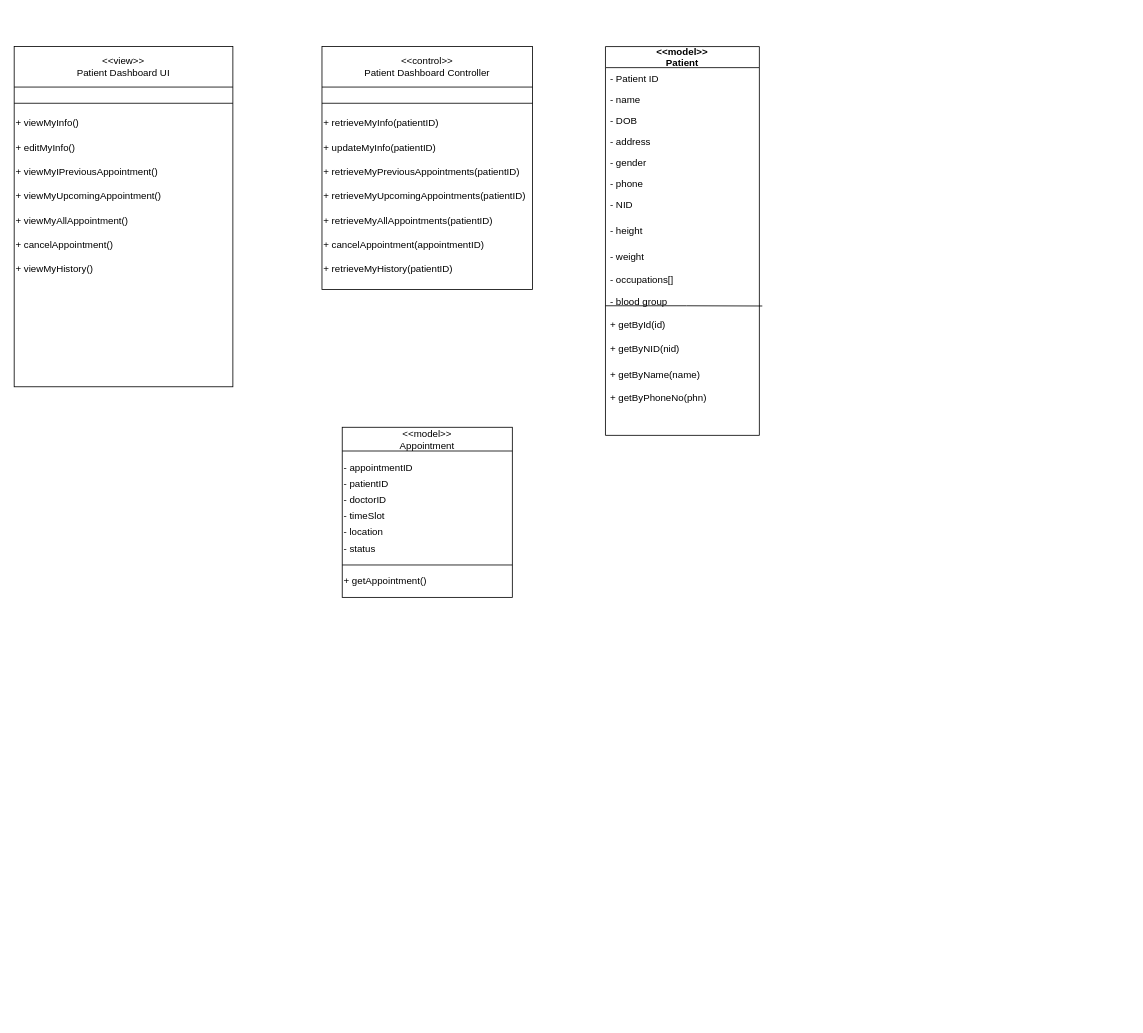
Earlier version of the draw.io diagram page "Patient Dashboard" (5 of 5) of Untitled Diagram.drawio (SaffatZabin-17/CSE-326-Information-System-Design-Sessional-). Source tidied: cells renumbered, new cells numbered last; positions are measured from the earlier drawing's top-left corner, leaving out a move shared by most shapes. Both pictures are drawn from the tidied source at 81%, with x=0, y=0 at pixel (14, 46).
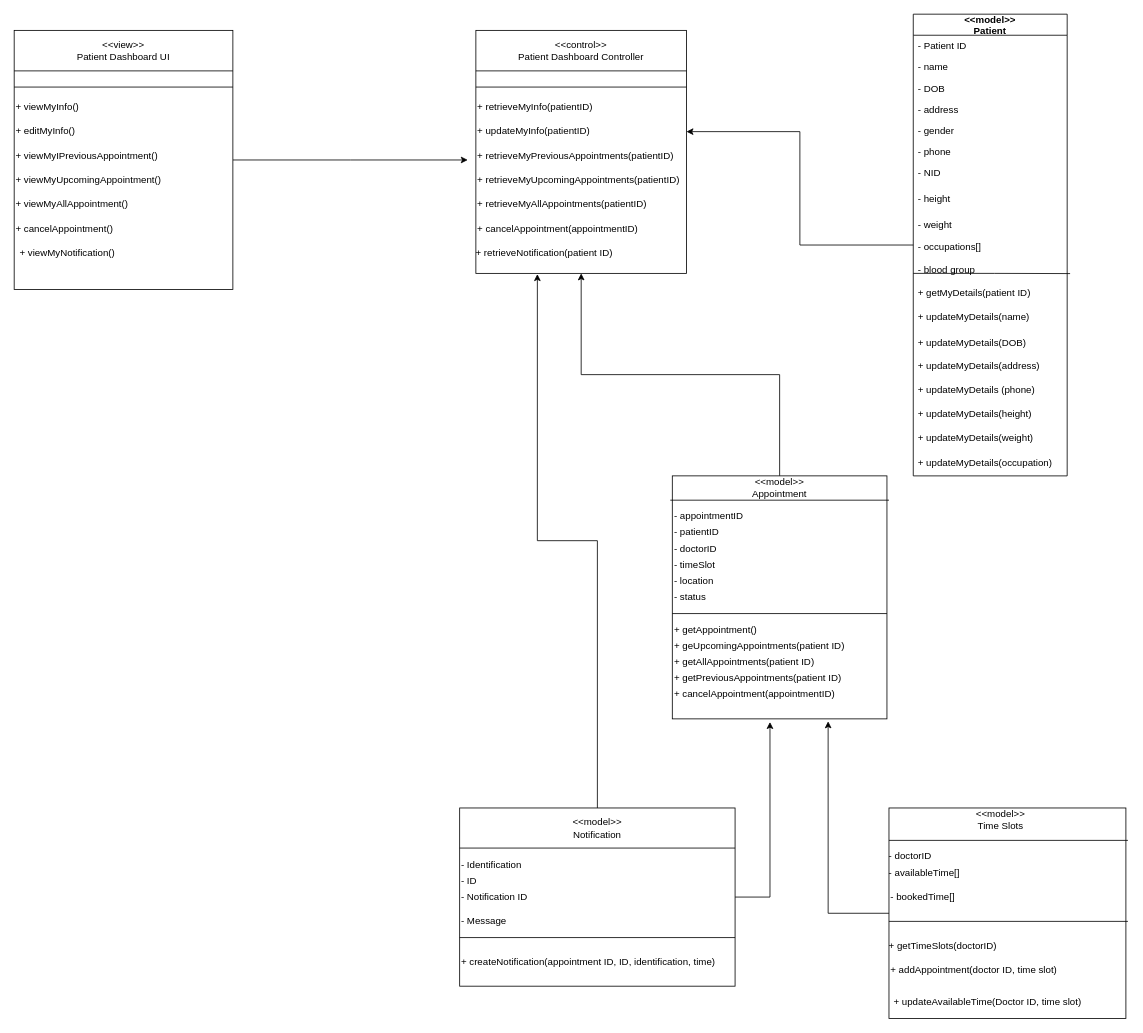
The same diagram, later.

Change to the diagram source:
```diff
@@
+    <mxCell id="50" style="edgeStyle=orthogonalEdgeStyle;rounded=0;jettySize=auto;html=1;entryX=1;entryY=0.5;entryDx=0;entryDy=0;" parent="1" edge="1" source="2" target="32">
+      <mxGeometry relative="1" as="geometry" />
+    </mxCell>
     <mxCell id="2" value="&lt;&lt;model&gt;&gt;&#10;Patient" style="swimlane;fontStyle=1;align=center;verticalAlign=middle;horizontal=1;startSize=26;rounded=0;shadow=0;strokeWidth=1;" parent="1" vertex="1">
-      <mxGeometry x="730" width="190" height="480" as="geometry" />
+      <mxGeometry x="1110" y="-40" width="190" height="570" as="geometry" />
     </mxCell>
@@
-    <mxCell id="13" value="+ getById(id)" style="text;align=left;verticalAlign=top;spacingLeft=4;spacingRight=4;overflow=hidden;rounded=0;shadow=0;html=0;" parent="2" vertex="1">
+    <mxCell id="13" value="+ getMyDetails(patient ID)" style="text;align=left;verticalAlign=top;spacingLeft=4;spacingRight=4;overflow=hidden;rounded=0;shadow=0;html=0;" parent="2" vertex="1">
       <mxGeometry y="330" width="190" height="30" as="geometry" />
     </mxCell>
-    <mxCell id="14" value="+ getByNID(nid)" style="text;align=left;verticalAlign=top;spacingLeft=4;spacingRight=4;overflow=hidden;rounded=0;shadow=0;html=0;" parent="2" vertex="1">
+    <mxCell id="14" value="+ updateMyDetails(name)" style="text;align=left;verticalAlign=top;spacingLeft=4;spacingRight=4;overflow=hidden;rounded=0;shadow=0;html=0;" parent="2" vertex="1">
       <mxGeometry y="360" width="190" height="32" as="geometry" />
     </mxCell>
-    <mxCell id="15" value="+ getByName(name)" style="text;align=left;verticalAlign=top;spacingLeft=4;spacingRight=4;overflow=hidden;rounded=0;shadow=0;html=0;" parent="2" vertex="1">
+    <mxCell id="15" value="+ updateMyDetails(DOB)" style="text;align=left;verticalAlign=top;spacingLeft=4;spacingRight=4;overflow=hidden;rounded=0;shadow=0;html=0;" parent="2" vertex="1">
       <mxGeometry y="392" width="190" height="28" as="geometry" />
     </mxCell>
-    <mxCell id="16" value="+ getByPhoneNo(phn)" style="text;align=left;verticalAlign=top;spacingLeft=4;spacingRight=4;overflow=hidden;rounded=0;shadow=0;html=0;" parent="2" vertex="1">
+    <mxCell id="16" value="+ updateMyDetails(address)" style="text;align=left;verticalAlign=top;spacingLeft=4;spacingRight=4;overflow=hidden;rounded=0;shadow=0;html=0;" parent="2" vertex="1">
       <mxGeometry y="420" width="190" height="30" as="geometry" />
     </mxCell>
+    <mxCell id="51" value="+ updateMyDetails (phone)" style="text;align=left;verticalAlign=top;spacingLeft=4;spacingRight=4;overflow=hidden;rounded=0;shadow=0;html=0;" parent="2" vertex="1">
+      <mxGeometry y="450" width="190" height="30" as="geometry" />
+    </mxCell>
+    <mxCell id="52" value="+ updateMyDetails(height)" style="text;align=left;verticalAlign=top;spacingLeft=4;spacingRight=4;overflow=hidden;rounded=0;shadow=0;html=0;" parent="2" vertex="1">
+      <mxGeometry y="480" width="190" height="30" as="geometry" />
+    </mxCell>
+    <mxCell id="53" value="+ updateMyDetails(weight)" style="text;align=left;verticalAlign=top;spacingLeft=4;spacingRight=4;overflow=hidden;rounded=0;shadow=0;html=0;" parent="2" vertex="1">
+      <mxGeometry y="510" width="190" height="30" as="geometry" />
+    </mxCell>
+    <mxCell id="54" value="+ updateMyDetails(occupation)" style="text;align=left;verticalAlign=top;spacingLeft=4;spacingRight=4;overflow=hidden;rounded=0;shadow=0;html=0;" parent="2" vertex="1">
+      <mxGeometry y="540" width="190" height="30" as="geometry" />
+    </mxCell>
+    <mxCell id="55" style="edgeStyle=orthogonalEdgeStyle;rounded=0;jettySize=auto;html=1;" parent="1" edge="1" source="17">
+      <mxGeometry relative="1" as="geometry">
+        <mxPoint x="560" y="140" as="targetPoint" />
+      </mxGeometry>
+    </mxCell>
     <mxCell id="17" style="rounded=0;whiteSpace=wrap;html=1;" parent="1" vertex="1">
-      <mxGeometry width="270" height="420" as="geometry" />
+      <mxGeometry y="-20" width="270" height="320" as="geometry" />
     </mxCell>
     <mxCell id="18" style="endArrow=none;html=1;rounded=0;" parent="1" edge="1">
       <mxGeometry relative="1" as="geometry">
-        <mxPoint y="50" as="sourcePoint" />
-        <mxPoint x="270" y="50" as="targetPoint" />
+        <mxPoint y="30" as="sourcePoint" />
+        <mxPoint x="270" y="30" as="targetPoint" />
       </mxGeometry>
     </mxCell>
     <mxCell id="19" value="&amp;lt;&amp;lt;view&amp;gt;&amp;gt;&lt;br&gt;Patient Dashboard UI" style="text;html=1;strokeColor=none;fillColor=none;align=center;verticalAlign=middle;whiteSpace=wrap;rounded=0;" parent="1" vertex="1">
-      <mxGeometry y="10" width="270" height="30" as="geometry" />
+      <mxGeometry y="-10" width="270" height="30" as="geometry" />
     </mxCell>
     <mxCell id="20" style="endArrow=none;html=1;rounded=0;" parent="1" edge="1">
       <mxGeometry relative="1" as="geometry">
-        <mxPoint y="70" as="sourcePoint" />
-        <mxPoint x="270" y="70" as="targetPoint" />
+        <mxPoint y="50" as="sourcePoint" />
+        <mxPoint x="270" y="50" as="targetPoint" />
       </mxGeometry>
     </mxCell>
     <mxCell id="21" value="+ viewMyInfo()" style="text;html=1;strokeColor=none;fillColor=none;align=left;verticalAlign=middle;whiteSpace=wrap;rounded=0;" parent="1" vertex="1">
-      <mxGeometry y="80" width="270" height="30" as="geometry" />
+      <mxGeometry y="60" width="270" height="30" as="geometry" />
     </mxCell>
     <mxCell id="22" value="+ editMyInfo()" style="text;html=1;strokeColor=none;fillColor=none;align=left;verticalAlign=middle;whiteSpace=wrap;rounded=0;" parent="1" vertex="1">
-      <mxGeometry y="110" width="270" height="30" as="geometry" />
+      <mxGeometry y="90" width="270" height="30" as="geometry" />
     </mxCell>
     <mxCell id="23" value="+ viewMyIPreviousAppointment()" style="text;html=1;strokeColor=none;fillColor=none;align=left;verticalAlign=middle;whiteSpace=wrap;rounded=0;" parent="1" vertex="1">
-      <mxGeometry y="140" width="270" height="30" as="geometry" />
+      <mxGeometry y="120" width="270" height="30" as="geometry" />
     </mxCell>
     <mxCell id="24" value="+ viewMyUpcomingAppointment()" style="text;html=1;strokeColor=none;fillColor=none;align=left;verticalAlign=middle;whiteSpace=wrap;rounded=0;" parent="1" vertex="1">
-      <mxGeometry y="170" width="270" height="30" as="geometry" />
+      <mxGeometry y="150" width="270" height="30" as="geometry" />
     </mxCell>
     <mxCell id="25" value="+ viewMyAllAppointment()" style="text;html=1;strokeColor=none;fillColor=none;align=left;verticalAlign=middle;whiteSpace=wrap;rounded=0;" parent="1" vertex="1">
-      <mxGeometry y="200" width="270" height="30" as="geometry" />
+      <mxGeometry y="180" width="270" height="30" as="geometry" />
     </mxCell>
-    <mxCell id="26" value="+ viewMyHistory()" style="text;html=1;strokeColor=none;fillColor=none;align=left;verticalAlign=middle;whiteSpace=wrap;rounded=0;" parent="1" vertex="1">
-      <mxGeometry y="260" width="270" height="30" as="geometry" />
-    </mxCell>
     <mxCell id="27" style="rounded=0;whiteSpace=wrap;html=1;" parent="1" vertex="1">
-      <mxGeometry x="380" width="260" height="300" as="geometry" />
+      <mxGeometry x="570" y="-20" width="260" height="300" as="geometry" />
     </mxCell>
     <mxCell id="28" style="endArrow=none;html=1;rounded=0;" parent="1" edge="1">
       <mxGeometry relative="1" as="geometry">
-        <mxPoint x="380" y="50" as="sourcePoint" />
-        <mxPoint x="640" y="50" as="targetPoint" />
+        <mxPoint x="570" y="30" as="sourcePoint" />
+        <mxPoint x="830" y="30" as="targetPoint" />
       </mxGeometry>
     </mxCell>
     <mxCell id="29" style="endArrow=none;html=1;rounded=0;" parent="1" edge="1">
       <mxGeometry relative="1" as="geometry">
-        <mxPoint x="380" y="70" as="sourcePoint" />
-        <mxPoint x="640" y="70" as="targetPoint" />
+        <mxPoint x="570" y="50" as="sourcePoint" />
+        <mxPoint x="830" y="50" as="targetPoint" />
       </mxGeometry>
     </mxCell>
     <mxCell id="30" value="&amp;lt;&amp;lt;control&amp;gt;&amp;gt;&lt;br&gt;Patient Dashboard Controller" style="text;html=1;strokeColor=none;fillColor=none;align=center;verticalAlign=middle;whiteSpace=wrap;rounded=0;" parent="1" vertex="1">
-      <mxGeometry x="380" y="10" width="260" height="30" as="geometry" />
+      <mxGeometry x="570" y="-10" width="260" height="30" as="geometry" />
     </mxCell>
     <mxCell id="31" value="+ retrieveMyInfo(patientID)" style="text;html=1;strokeColor=none;fillColor=none;align=left;verticalAlign=middle;whiteSpace=wrap;rounded=0;" parent="1" vertex="1">
-      <mxGeometry x="380" y="80" width="260" height="30" as="geometry" />
+      <mxGeometry x="570" y="60" width="260" height="30" as="geometry" />
     </mxCell>
     <mxCell id="32" value="+ updateMyInfo(patientID)" style="text;html=1;strokeColor=none;fillColor=none;align=left;verticalAlign=middle;whiteSpace=wrap;rounded=0;" parent="1" vertex="1">
-      <mxGeometry x="380" y="110" width="260" height="30" as="geometry" />
+      <mxGeometry x="570" y="90" width="260" height="30" as="geometry" />
     </mxCell>
     <mxCell id="33" value="+ cancelAppointment()" style="text;html=1;strokeColor=none;fillColor=none;align=left;verticalAlign=middle;whiteSpace=wrap;rounded=0;" parent="1" vertex="1">
-      <mxGeometry y="230" width="260" height="30" as="geometry" />
+      <mxGeometry y="210" width="260" height="30" as="geometry" />
     </mxCell>
     <mxCell id="34" value="+ retrieveMyPreviousAppointments(patientID)" style="text;html=1;strokeColor=none;fillColor=none;align=left;verticalAlign=middle;whiteSpace=wrap;rounded=0;" parent="1" vertex="1">
-      <mxGeometry x="380" y="140" width="260" height="30" as="geometry" />
+      <mxGeometry x="570" y="120" width="260" height="30" as="geometry" />
     </mxCell>
     <mxCell id="35" value="+ retrieveMyUpcomingAppointments(patientID)" style="text;html=1;strokeColor=none;fillColor=none;align=left;verticalAlign=middle;whiteSpace=wrap;rounded=0;" parent="1" vertex="1">
-      <mxGeometry x="380" y="170" width="260" height="30" as="geometry" />
+      <mxGeometry x="570" y="150" width="260" height="30" as="geometry" />
     </mxCell>
     <mxCell id="36" value="+ retrieveMyAllAppointments(patientID)" style="text;html=1;strokeColor=none;fillColor=none;align=left;verticalAlign=middle;whiteSpace=wrap;rounded=0;" parent="1" vertex="1">
-      <mxGeometry x="380" y="200" width="260" height="30" as="geometry" />
+      <mxGeometry x="570" y="180" width="260" height="30" as="geometry" />
     </mxCell>
     <mxCell id="37" value="+ cancelAppointment(appointmentID)" style="text;html=1;strokeColor=none;fillColor=none;align=left;verticalAlign=middle;whiteSpace=wrap;rounded=0;" parent="1" vertex="1">
-      <mxGeometry x="380" y="230" width="260" height="30" as="geometry" />
+      <mxGeometry x="570" y="210" width="260" height="30" as="geometry" />
     </mxCell>
-    <mxCell id="38" value="+ retrieveMyHistory(patientID)" style="text;html=1;strokeColor=none;fillColor=none;align=left;verticalAlign=middle;whiteSpace=wrap;rounded=0;" parent="1" vertex="1">
-      <mxGeometry x="380" y="260" width="260" height="30" as="geometry" />
-    </mxCell>
+    <mxCell id="56" style="edgeStyle=orthogonalEdgeStyle;rounded=0;jettySize=auto;html=1;entryX=0.5;entryY=1;entryDx=0;entryDy=0;" parent="1" edge="1" source="39" target="27">
+      <mxGeometry relative="1" as="geometry" />
+    </mxCell>
     <mxCell id="39" style="rounded=0;whiteSpace=wrap;html=1;" parent="1" vertex="1">
-      <mxGeometry x="405" y="470" width="210" height="210" as="geometry" />
+      <mxGeometry x="812.5" y="530" width="265" height="300" as="geometry" />
     </mxCell>
     <mxCell id="40" value="&amp;lt;&amp;lt;model&amp;gt;&amp;gt;&lt;br&gt;Appointment" style="text;html=1;strokeColor=none;fillColor=none;align=center;verticalAlign=middle;whiteSpace=wrap;rounded=0;" parent="1" vertex="1">
-      <mxGeometry x="480" y="470" width="60" height="30" as="geometry" />
+      <mxGeometry x="915" y="530" width="60" height="30" as="geometry" />
     </mxCell>
-    <mxCell id="41" style="endArrow=none;html=1;rounded=0;entryX=0.999;entryY=0.054;entryDx=0;entryDy=0;entryPerimeter=0;" parent="1" edge="1">
+    <mxCell id="41" style="endArrow=none;html=1;rounded=0;" parent="1" edge="1">
       <mxGeometry relative="1" as="geometry">
-        <mxPoint x="405" y="499.3" as="sourcePoint" />
-        <mxPoint x="615" y="499.3" as="targetPoint" />
+        <mxPoint x="810" y="560" as="sourcePoint" />
+        <mxPoint x="1080" y="560" as="targetPoint" />
       </mxGeometry>
     </mxCell>
     <mxCell id="42" style="endArrow=none;html=1;rounded=0;" parent="1" edge="1">
       <mxGeometry relative="1" as="geometry">
-        <mxPoint x="405" y="640" as="sourcePoint" />
-        <mxPoint x="615" y="640" as="targetPoint" />
+        <mxPoint x="812.5" y="700" as="sourcePoint" />
+        <mxPoint x="1077.5" y="700" as="targetPoint" />
       </mxGeometry>
     </mxCell>
     <mxCell id="43" value="- appointmentID" style="text;html=1;strokeColor=none;fillColor=none;align=left;verticalAlign=middle;whiteSpace=wrap;rounded=0;" parent="1" vertex="1">
-      <mxGeometry x="405" y="510" width="210" height="20" as="geometry" />
+      <mxGeometry x="812.5" y="570" width="210" height="20" as="geometry" />
     </mxCell>
     <mxCell id="44" value="- patientID" style="text;html=1;strokeColor=none;fillColor=none;align=left;verticalAlign=middle;whiteSpace=wrap;rounded=0;" parent="1" vertex="1">
-      <mxGeometry x="405" y="530" width="210" height="20" as="geometry" />
+      <mxGeometry x="812.5" y="590" width="210" height="20" as="geometry" />
     </mxCell>
     <mxCell id="45" value="- doctorID" style="text;html=1;strokeColor=none;fillColor=none;align=left;verticalAlign=middle;whiteSpace=wrap;rounded=0;" parent="1" vertex="1">
-      <mxGeometry x="405" y="550" width="210" height="20" as="geometry" />
+      <mxGeometry x="812.5" y="610" width="210" height="20" as="geometry" />
     </mxCell>
     <mxCell id="46" value="- timeSlot" style="text;html=1;strokeColor=none;fillColor=none;align=left;verticalAlign=middle;whiteSpace=wrap;rounded=0;" parent="1" vertex="1">
-      <mxGeometry x="405" y="570" width="210" height="20" as="geometry" />
+      <mxGeometry x="812.5" y="630" width="210" height="20" as="geometry" />
     </mxCell>
     <mxCell id="47" value="- location" style="text;html=1;strokeColor=none;fillColor=none;align=left;verticalAlign=middle;whiteSpace=wrap;rounded=0;" parent="1" vertex="1">
-      <mxGeometry x="405" y="590" width="210" height="20" as="geometry" />
+      <mxGeometry x="812.5" y="650" width="210" height="20" as="geometry" />
     </mxCell>
     <mxCell id="48" value="- status" style="text;html=1;strokeColor=none;fillColor=none;align=left;verticalAlign=middle;whiteSpace=wrap;rounded=0;" parent="1" vertex="1">
-      <mxGeometry x="405" y="610" width="210" height="20" as="geometry" />
+      <mxGeometry x="812.5" y="670" width="210" height="20" as="geometry" />
     </mxCell>
     <mxCell id="49" value="+ getAppointment()" style="text;html=1;strokeColor=none;fillColor=none;align=left;verticalAlign=middle;whiteSpace=wrap;rounded=0;" parent="1" vertex="1">
-      <mxGeometry x="405" y="650" width="210" height="20" as="geometry" />
+      <mxGeometry x="812.5" y="710" width="210" height="20" as="geometry" />
     </mxCell>
+    <mxCell id="57" value="+ geUpcomingAppointments(patient ID)" style="text;html=1;strokeColor=none;fillColor=none;align=left;verticalAlign=middle;whiteSpace=wrap;rounded=0;" parent="1" vertex="1">
+      <mxGeometry x="812.5" y="730" width="265" height="20" as="geometry" />
+    </mxCell>
+    <mxCell id="58" value="+ getAllAppointments(patient ID)" style="text;html=1;strokeColor=none;fillColor=none;align=left;verticalAlign=middle;whiteSpace=wrap;rounded=0;" parent="1" vertex="1">
+      <mxGeometry x="812.5" y="750" width="265" height="20" as="geometry" />
+    </mxCell>
+    <mxCell id="59" value="+ getPreviousAppointments(patient ID)" style="text;html=1;strokeColor=none;fillColor=none;align=left;verticalAlign=middle;whiteSpace=wrap;rounded=0;" parent="1" vertex="1">
+      <mxGeometry x="812.5" y="770" width="265" height="20" as="geometry" />
+    </mxCell>
+    <mxCell id="60" value="+ cancelAppointment(appointmentID)" style="text;html=1;strokeColor=none;fillColor=none;align=left;verticalAlign=middle;whiteSpace=wrap;rounded=0;" parent="1" vertex="1">
+      <mxGeometry x="812.5" y="790" width="265" height="20" as="geometry" />
+    </mxCell>
+    <mxCell id="61" value="+ viewMyNotification()" style="text;html=1;strokeColor=none;fillColor=none;align=left;verticalAlign=middle;whiteSpace=wrap;rounded=0;" parent="1" vertex="1">
+      <mxGeometry x="5" y="240" width="260" height="30" as="geometry" />
+    </mxCell>
+    <mxCell id="62" style="edgeStyle=orthogonalEdgeStyle;rounded=0;jettySize=auto;html=1;entryX=0.455;entryY=1.013;entryDx=0;entryDy=0;entryPerimeter=0;" parent="1" edge="1" source="64" target="39">
+      <mxGeometry relative="1" as="geometry">
+        <Array as="points">
+          <mxPoint x="933" y="1050" />
+        </Array>
+      </mxGeometry>
+    </mxCell>
+    <mxCell id="63" style="edgeStyle=orthogonalEdgeStyle;rounded=0;jettySize=auto;html=1;entryX=0.292;entryY=1.003;entryDx=0;entryDy=0;entryPerimeter=0;" parent="1" edge="1" source="64" target="27">
+      <mxGeometry relative="1" as="geometry" />
+    </mxCell>
+    <mxCell id="64" style="rounded=0;whiteSpace=wrap;html=1;" parent="1" vertex="1">
+      <mxGeometry x="550" y="940" width="340" height="220" as="geometry" />
+    </mxCell>
+    <mxCell id="65" style="endArrow=none;html=1;rounded=0;" parent="1" edge="1">
+      <mxGeometry relative="1" as="geometry">
+        <mxPoint x="550" y="989.5" as="sourcePoint" />
+        <mxPoint x="890" y="989.5" as="targetPoint" />
+      </mxGeometry>
+    </mxCell>
+    <mxCell id="66" value="&amp;lt;&amp;lt;model&amp;gt;&amp;gt;&lt;br&gt;Notification" style="text;html=1;strokeColor=none;fillColor=none;align=center;verticalAlign=middle;whiteSpace=wrap;rounded=0;" parent="1" vertex="1">
+      <mxGeometry x="690" y="950" width="60" height="30" as="geometry" />
+    </mxCell>
+    <mxCell id="67" style="endArrow=none;html=1;rounded=0;" parent="1" edge="1">
+      <mxGeometry relative="1" as="geometry">
+        <mxPoint x="550" y="1100" as="sourcePoint" />
+        <mxPoint x="890" y="1100" as="targetPoint" />
+      </mxGeometry>
+    </mxCell>
+    <mxCell id="68" value="+ retrieveNotification(patient ID)" style="text;html=1;strokeColor=none;fillColor=none;align=left;verticalAlign=middle;whiteSpace=wrap;rounded=0;" parent="1" vertex="1">
+      <mxGeometry x="567.5" y="240" width="260" height="30" as="geometry" />
+    </mxCell>
+    <mxCell id="69" style="edgeStyle=orthogonalEdgeStyle;rounded=0;jettySize=auto;html=1;entryX=0.726;entryY=1.01;entryDx=0;entryDy=0;entryPerimeter=0;" parent="1" edge="1" source="70" target="39">
+      <mxGeometry relative="1" as="geometry" />
+    </mxCell>
+    <mxCell id="70" style="rounded=0;whiteSpace=wrap;html=1;" parent="1" vertex="1">
+      <mxGeometry x="1080" y="940" width="292.5" height="260" as="geometry" />
+    </mxCell>
+    <mxCell id="71" style="endArrow=none;html=1;rounded=0;" parent="1" edge="1">
+      <mxGeometry relative="1" as="geometry">
+        <mxPoint x="1080" y="980" as="sourcePoint" />
+        <mxPoint x="1375" y="980" as="targetPoint" />
+      </mxGeometry>
+    </mxCell>
+    <mxCell id="72" value="&amp;lt;&amp;lt;model&amp;gt;&amp;gt;&lt;br&gt;Time Slots" style="text;html=1;strokeColor=none;fillColor=none;align=center;verticalAlign=middle;whiteSpace=wrap;rounded=0;" parent="1" vertex="1">
+      <mxGeometry x="1188.1" y="940" width="60" height="30" as="geometry" />
+    </mxCell>
+    <mxCell id="73" value="- doctorID" style="text;html=1;strokeColor=none;fillColor=none;align=left;verticalAlign=middle;whiteSpace=wrap;rounded=0;" parent="1" vertex="1">
+      <mxGeometry x="1077.5" y="990" width="195" height="20" as="geometry" />
+    </mxCell>
+    <mxCell id="74" value="- availableTime[]" style="text;html=1;strokeColor=none;fillColor=none;align=left;verticalAlign=middle;whiteSpace=wrap;rounded=0;" parent="1" vertex="1">
+      <mxGeometry x="1077.5" y="1010" width="195" height="20" as="geometry" />
+    </mxCell>
+    <mxCell id="75" style="endArrow=none;html=1;rounded=0;" parent="1" edge="1">
+      <mxGeometry relative="1" as="geometry">
+        <mxPoint x="1080" y="1080" as="sourcePoint" />
+        <mxPoint x="1375" y="1080" as="targetPoint" />
+      </mxGeometry>
+    </mxCell>
+    <mxCell id="76" value="+ getTimeSlots(doctorID)" style="text;html=1;strokeColor=none;fillColor=none;align=left;verticalAlign=middle;whiteSpace=wrap;rounded=0;" parent="1" vertex="1">
+      <mxGeometry x="1077.5" y="1100" width="195" height="20" as="geometry" />
+    </mxCell>
+    <mxCell id="77" value="+ addAppointment(doctor ID, time slot)" style="text;html=1;strokeColor=none;fillColor=none;align=left;verticalAlign=middle;whiteSpace=wrap;rounded=0;" parent="1" vertex="1">
+      <mxGeometry x="1080" y="1130" width="272.5" height="20" as="geometry" />
+    </mxCell>
+    <mxCell id="78" value="- bookedTime[]" style="text;html=1;strokeColor=none;fillColor=none;align=left;verticalAlign=middle;whiteSpace=wrap;rounded=0;" parent="1" vertex="1">
+      <mxGeometry x="1080" y="1040" width="195" height="20" as="geometry" />
+    </mxCell>
+    <mxCell id="79" value="+ updateAvailableTime(Doctor ID, time slot)" style="text;html=1;strokeColor=none;fillColor=none;align=left;verticalAlign=middle;whiteSpace=wrap;rounded=0;" parent="1" vertex="1">
+      <mxGeometry x="1083.8" y="1170" width="268.8" height="20" as="geometry" />
+    </mxCell>
+    <mxCell id="80" value="- Identification" style="text;html=1;strokeColor=none;fillColor=none;align=left;verticalAlign=middle;whiteSpace=wrap;rounded=0;" parent="1" vertex="1">
+      <mxGeometry x="550" y="1000" width="290" height="20" as="geometry" />
+    </mxCell>
+    <mxCell id="81" value="- ID" style="text;html=1;strokeColor=none;fillColor=none;align=left;verticalAlign=middle;whiteSpace=wrap;rounded=0;" parent="1" vertex="1">
+      <mxGeometry x="550" y="1020" width="290" height="20" as="geometry" />
+    </mxCell>
+    <mxCell id="82" value="- Notification ID" style="text;html=1;strokeColor=none;fillColor=none;align=left;verticalAlign=middle;whiteSpace=wrap;rounded=0;" parent="1" vertex="1">
+      <mxGeometry x="550" y="1040" width="290" height="20" as="geometry" />
+    </mxCell>
+    <mxCell id="83" value="- Message" style="text;html=1;strokeColor=none;fillColor=none;align=left;verticalAlign=middle;whiteSpace=wrap;rounded=0;" parent="1" vertex="1">
+      <mxGeometry x="550" y="1070" width="290" height="20" as="geometry" />
+    </mxCell>
+    <mxCell id="84" value="+ createNotification(appointment ID, ID, identification, time)" style="text;html=1;strokeColor=none;fillColor=none;align=left;verticalAlign=middle;whiteSpace=wrap;rounded=0;" parent="1" vertex="1">
+      <mxGeometry x="550" y="1120" width="330" height="20" as="geometry" />
+    </mxCell>
```
